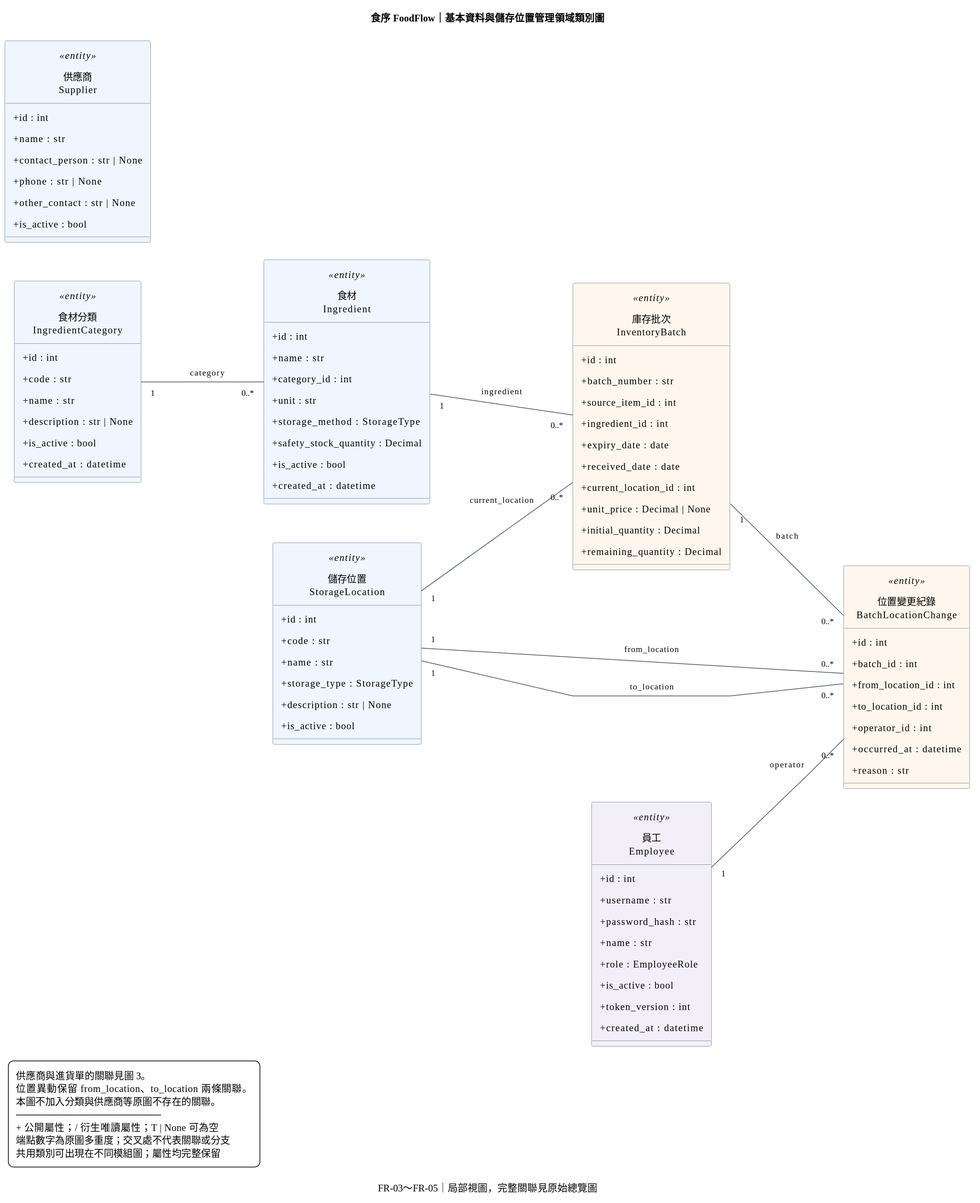
The PlantUML diagram docs/diagrams/domain-modules/b-class-02-master-storage.svg in Software-engineering-foodflow/foodflow, before a commit. Its source is kept beside it as docs/diagrams/domain-modules/b-class-02-master-storage.puml.
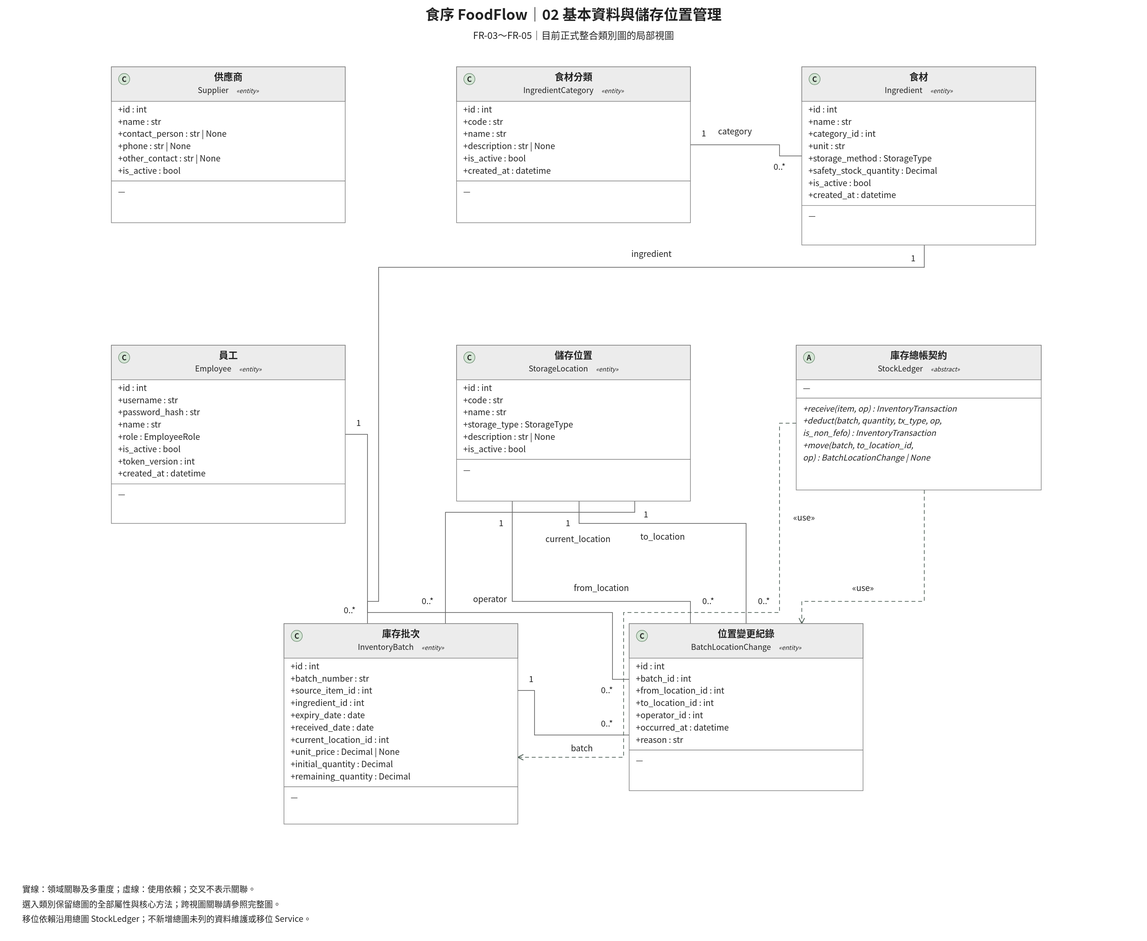
Later version of the same file.

The edit, as a diff of the source:
```diff
@@ -1,32 +1,41 @@
 @startuml b-class-02-master-storage
-title 食序 FoodFlow｜基本資料與儲存位置管理領域類別圖
-caption FR-03～FR-05｜局部視圖，完整關聯見原始總覽圖
-left to right direction
-hide circle
-skinparam linetype polyline
+title 食序 FoodFlow｜基本資料與儲存位置管理
+caption FR-03～FR-05｜目前正式整合類別圖的局部視圖
+top to bottom direction
 skinparam backgroundColor white
 skinparam shadowing false
 skinparam defaultFontName Microsoft JhengHei
-skinparam defaultFontSize 14
+skinparam defaultFontSize 15
 skinparam classAttributeIconSize 0
-skinparam classBorderColor #64748B
-skinparam ArrowColor #475569
-skinparam ArrowFontSize 12
-skinparam nodesep 55
-skinparam ranksep 100
-skinparam padding 6
-skinparam dpi 120
+skinparam classBackgroundColor white
+skinparam classHeaderBackgroundColor #ECECEC
+skinparam classBorderColor #777777
+skinparam linetype polyline
+skinparam dpi 192
+together {
+class "供應商\nSupplier" as Supplier <<entity>> {
+  +id : int
+  +name : str
+  +contact_person : str | None
+  +phone : str | None
+  +other_contact : str | None
+  +is_active : bool
+  -- 方法 --
 
-class "食材分類\nIngredientCategory" as IngredientCategory <<entity>> #EFF6FF {
+}
+
+class "食材分類\nIngredientCategory" as IngredientCategory <<entity>> {
   +id : int
   +code : str
   +name : str
   +description : str | None
   +is_active : bool
   +created_at : datetime
+  -- 方法 --
+
 }
 
-class "食材\nIngredient" as Ingredient <<entity>> #EFF6FF {
+class "食材\nIngredient" as Ingredient <<entity>> {
   +id : int
   +name : str
   +category_id : int
@@ -35,27 +44,49 @@
   +safety_stock_quantity : Decimal
   +is_active : bool
   +created_at : datetime
+  -- 方法 --
+
+}
+}
+Supplier -[hidden]right-> IngredientCategory
+IngredientCategory -[hidden]right-> Ingredient
+together {
+class "員工\nEmployee" as Employee <<entity>> {
+  +id : int
+  +username : str
+  +password_hash : str
+  +name : str
+  +role : EmployeeRole
+  +is_active : bool
+  +token_version : int
+  +created_at : datetime
+  -- 方法 --
+
 }
 
-class "供應商\nSupplier" as Supplier <<entity>> #EFF6FF {
-  +id : int
-  +name : str
-  +contact_person : str | None
-  +phone : str | None
-  +other_contact : str | None
-  +is_active : bool
-}
-
-class "儲存位置\nStorageLocation" as StorageLocation <<entity>> #EFF6FF {
+class "儲存位置\nStorageLocation" as StorageLocation <<entity>> {
   +id : int
   +code : str
   +name : str
   +storage_type : StorageType
   +description : str | None
   +is_active : bool
+  -- 方法 --
+
 }
 
-class "庫存批次\nInventoryBatch" as InventoryBatch <<entity>> #FFF7ED {
+abstract class "庫存總帳契約\nStockLedger" as StockLedger <<abstract>> {
+
+  -- 方法 --
+  +receive(item, op) : InventoryTransaction
+  +deduct(batch, quantity, tx_type, op, is_non_fefo) : InventoryTransaction
+  +move(batch, to_location_id, op) : BatchLocationChange | None
+}
+}
+Employee -[hidden]right-> StorageLocation
+StorageLocation -[hidden]right-> StockLedger
+together {
+class "庫存批次\nInventoryBatch" as InventoryBatch <<entity>> {
   +id : int
   +batch_number : str
   +source_item_id : int
@@ -66,9 +97,11 @@
   +unit_price : Decimal | None
   +initial_quantity : Decimal
   +remaining_quantity : Decimal
+  -- 方法 --
+
 }
 
-class "位置變更紀錄\nBatchLocationChange" as BatchLocationChange <<entity>> #FFF7ED {
+class "位置變更紀錄\nBatchLocationChange" as BatchLocationChange <<entity>> {
   +id : int
   +batch_id : int
   +from_location_id : int
@@ -76,19 +109,13 @@
   +operator_id : int
   +occurred_at : datetime
   +reason : str
+  -- 方法 --
+
 }
-
-class "員工\nEmployee" as Employee <<entity>> #F2EFF8 {
-  +id : int
-  +username : str
-  +password_hash : str
-  +name : str
-  +role : EmployeeRole
-  +is_active : bool
-  +token_version : int
-  +created_at : datetime
 }
-
+InventoryBatch -[hidden]right-> BatchLocationChange
+Supplier -[hidden]down-> Employee
+Employee -[hidden]down-> InventoryBatch
 Employee "1" -- "0..*" BatchLocationChange : operator
 Ingredient "1" -- "0..*" InventoryBatch : ingredient
 IngredientCategory "1" -- "0..*" Ingredient : category
@@ -96,15 +123,12 @@
 StorageLocation "1" -- "0..*" BatchLocationChange : from_location
 StorageLocation "1" -- "0..*" BatchLocationChange : to_location
 StorageLocation "1" -- "0..*" InventoryBatch : current_location
-
-
+StockLedger ..> InventoryBatch : «use»
+StockLedger ..> BatchLocationChange : «use»
 legend bottom left
-  供應商與進貨單的關聯見圖 3。
-  位置異動保留 from_location、to_location 兩條關聯。
-  本圖不加入分類與供應商等原圖不存在的關聯。
-  ─────────────────────
-  + 公開屬性；/ 衍生唯讀屬性；T | None 可為空
-  端點數字為原圖多重度；交叉處不代表關聯或分支
-  共用類別可出現在不同模組圖；屬性均完整保留
+  實線為領域關聯；虛線為使用依賴。類別成員與多重度直接沿用完整圖。
+  僅顯示兩端都在本視圖內的關聯；完整關聯請參照 b-class-diagram。
+  PNG／SVG 與 draw.io 使用固定排版，PlantUML 自動排版可能不同。
+  移位依賴沿用總圖 StockLedger；不新增總圖未列的資料維護或移位 Service。
 endlegend
 @enduml
```
